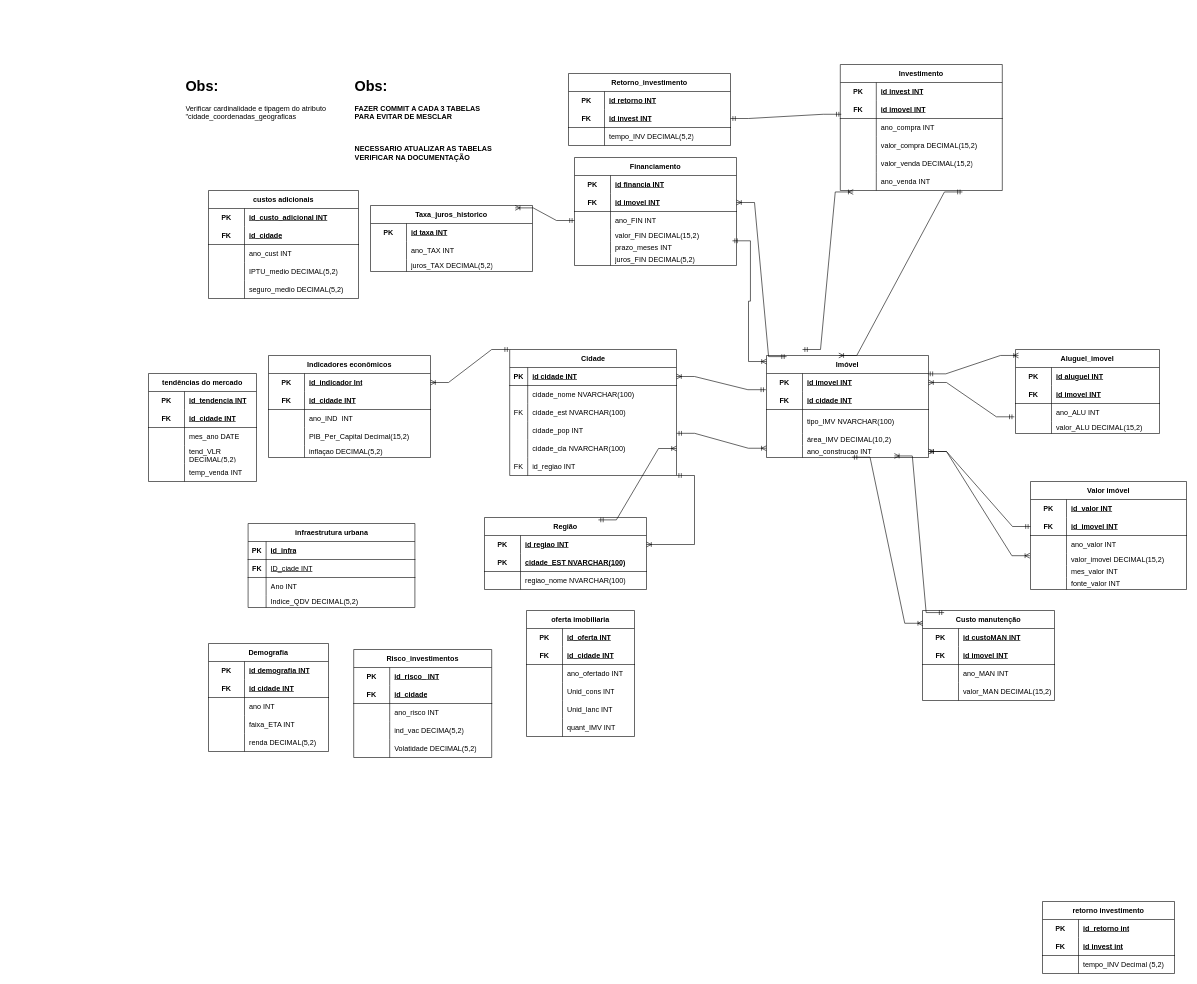
Earlier version of the draw.io diagram GroupBy.drawio (Guilherme22B/Group_by). Source tidied: cells renumbered, new cells numbered last; positions are measured from the earlier drawing's top-left corner, leaving out a move shared by most shapes. Both pictures are drawn from the tidied source at 60%, with x=0, y=0 at pixel (148, 64).
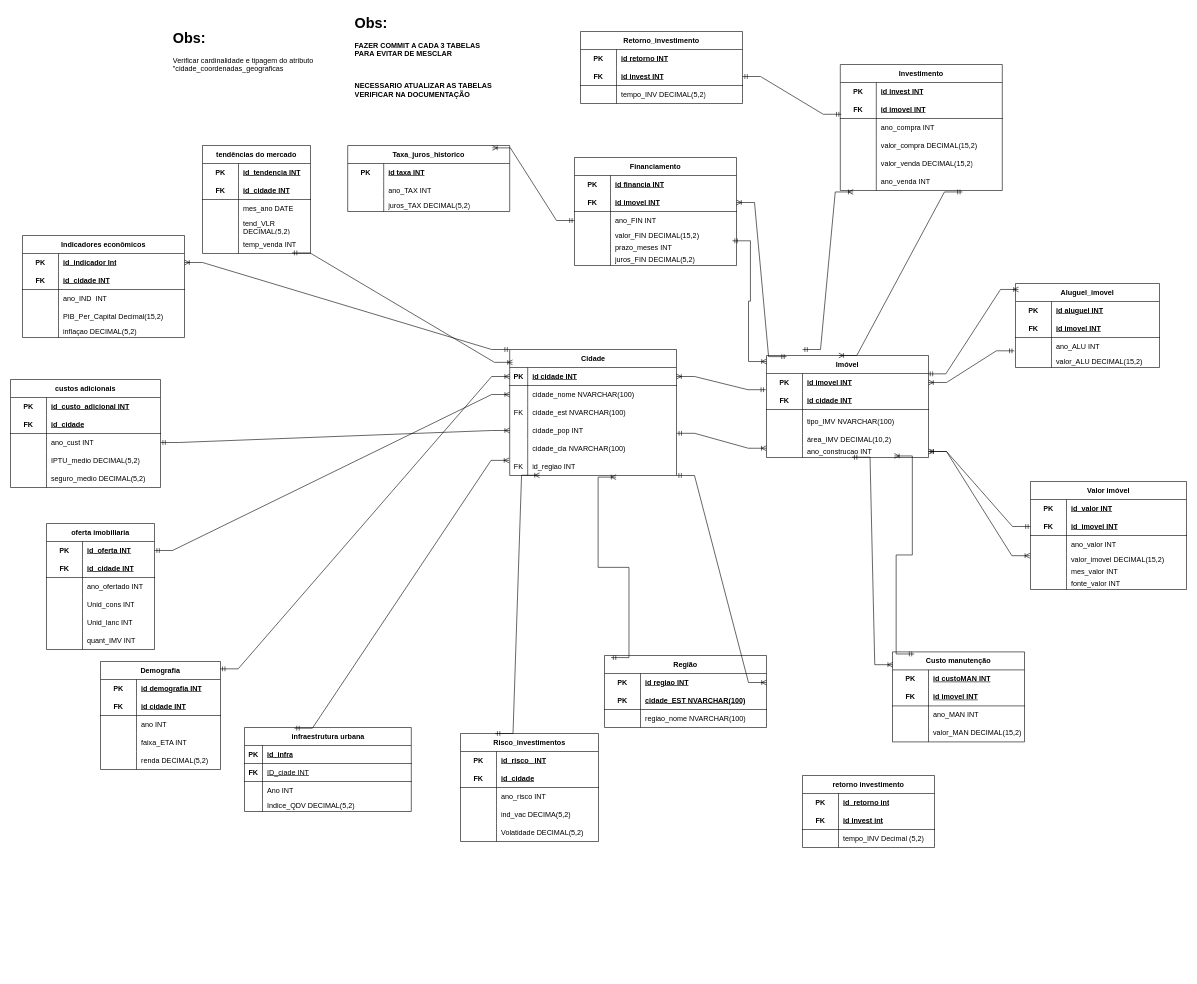
Above is the later version.

The change refers to these unchanged cells:
```xml
<mxCell id="39" value="Cidade" style="shape=table;startSize=30;childLayout=tableLayout;rowLines=0;fontStyle=1;align=center;html=1;" parent="1" vertex="1">
  <mxGeometry x="602" y="475" width="278" height="210" as="geometry" />
</mxCell>
<mxCell id="40" style="shape=tableRow;horizontal=0;startSize=0;swimlaneHead=0;swimlaneBody=0;fillColor=none;points=[[0,0.5],[1,0.5]];portConstraint=eastwest;top=0;left=0;right=0;bottom=1;" parent="39" vertex="1">
  <mxGeometry y="30" width="278" height="30" as="geometry" />
</mxCell>
<mxCell id="43" style="shape=tableRow;horizontal=0;startSize=0;swimlaneHead=0;swimlaneBody=0;fillColor=none;points=[[0,0.5],[1,0.5]];portConstraint=eastwest;top=0;left=0;right=0;bottom=0;" parent="39" vertex="1">
  <mxGeometry y="60" width="278" height="30" as="geometry" />
</mxCell>
<mxCell id="49" style="shape=tableRow;horizontal=0;startSize=0;swimlaneHead=0;swimlaneBody=0;fillColor=none;points=[[0,0.5],[1,0.5]];portConstraint=eastwest;top=0;left=0;right=0;bottom=0;" parent="39" vertex="1">
  <mxGeometry y="120" width="278" height="30" as="geometry" />
</mxCell>
<mxCell id="52" style="shape=tableRow;horizontal=0;startSize=0;swimlaneHead=0;swimlaneBody=0;fillColor=none;points=[[0,0.5],[1,0.5]];portConstraint=eastwest;top=0;left=0;right=0;bottom=0;" parent="39" vertex="1">
  <mxGeometry y="150" width="278" height="30" as="geometry" />
</mxCell>
<mxCell id="55" style="shape=tableRow;horizontal=0;startSize=0;swimlaneHead=0;swimlaneBody=0;fillColor=none;points=[[0,0.5],[1,0.5]];portConstraint=eastwest;top=0;left=0;right=0;bottom=0;" parent="39" vertex="1">
  <mxGeometry y="180" width="278" height="30" as="geometry" />
</mxCell>
<mxCell id="143" style="shape=tableRow;horizontal=0;startSize=0;swimlaneHead=0;swimlaneBody=0;fillColor=none;points=[[0,0.5],[1,0.5]];portConstraint=eastwest;top=0;left=0;right=0;bottom=0;html=1;" parent="142" vertex="1">
  <mxGeometry y="30" width="270" height="30" as="geometry" />
</mxCell>
<mxCell id="195" style="shape=tableRow;horizontal=0;startSize=0;swimlaneHead=0;swimlaneBody=0;fillColor=none;points=[[0,0.5],[1,0.5]];portConstraint=eastwest;top=0;left=0;right=0;bottom=0;html=1;" parent="194" vertex="1">
  <mxGeometry y="30" width="180" height="30" as="geometry" />
</mxCell>
<mxCell id="226" style="shape=tableRow;horizontal=0;startSize=0;swimlaneHead=0;swimlaneBody=0;fillColor=none;points=[[0,0.5],[1,0.5]];portConstraint=eastwest;top=0;left=0;right=0;bottom=0;html=1;" parent="213" vertex="1">
  <mxGeometry y="150" width="180" height="30" as="geometry" />
</mxCell>
<mxCell id="236" style="shape=tableRow;horizontal=0;startSize=0;swimlaneHead=0;swimlaneBody=0;fillColor=none;points=[[0,0.5],[1,0.5]];portConstraint=eastwest;top=0;left=0;right=0;bottom=0;html=1;" parent="229" vertex="1">
  <mxGeometry y="90" width="250" height="30" as="geometry" />
</mxCell>
```

What changed in the source:
```diff
@@
     <mxCell id="58" value="Custo manutenção" style="shape=table;startSize=30;childLayout=tableLayout;rowLines=0;fontStyle=1;align=center;html=1;whiteSpace=wrap;" parent="1" vertex="1">
-      <mxGeometry x="1290" y="910" width="220" height="150" as="geometry" />
+      <mxGeometry x="1240" y="979" width="220" height="150" as="geometry" />
     </mxCell>
@@
     <mxCell id="90" value="Aluguel_imovel" style="shape=table;startSize=30;childLayout=tableLayout;rowLines=0;fontStyle=1;align=center;html=1;whiteSpace=wrap;" parent="1" vertex="1">
-      <mxGeometry x="1445" y="475" width="240" height="140" as="geometry" />
+      <mxGeometry x="1445" y="365" width="240" height="140" as="geometry" />
     </mxCell>
@@
     <mxCell id="122" value="Taxa_juros_historico" style="shape=table;startSize=30;childLayout=tableLayout;rowLines=0;fontStyle=1;align=center;html=1;whiteSpace=wrap;" parent="1" vertex="1">
-      <mxGeometry x="370" y="235" width="270" height="110" as="geometry" />
+      <mxGeometry x="332" y="135" width="270" height="110" as="geometry" />
     </mxCell>
@@
     <mxCell id="132" value="Retorno_investimento" style="shape=table;startSize=30;childLayout=tableLayout;rowLines=0;fontStyle=1;align=center;html=1;whiteSpace=wrap;" parent="1" vertex="1">
-      <mxGeometry x="700" y="15" width="270" height="120" as="geometry" />
+      <mxGeometry x="720" y="-55" width="270" height="120" as="geometry" />
     </mxCell>
@@
     <mxCell id="142" value="Região" style="shape=table;startSize=30;childLayout=tableLayout;rowLines=0;fontStyle=1;align=center;html=1;whiteSpace=wrap;" parent="1" vertex="1">
-      <mxGeometry x="560" y="755" width="270" height="120" as="geometry" />
+      <mxGeometry x="760" y="985" width="270" height="120" as="geometry" />
     </mxCell>
@@
     <mxCell id="152" value="&lt;h1 style=&quot;margin-top: 0px;&quot;&gt;Obs:&lt;/h1&gt;&lt;p&gt;Verificar cardinalidade e tipagem do atributo &quot;cidade_coordenadas_geograficas&lt;/p&gt;&lt;p&gt;&lt;br&gt;&lt;/p&gt;" style="text;html=1;whiteSpace=wrap;overflow=hidden;rounded=0;" parent="1" vertex="1">
-      <mxGeometry x="60" y="15" width="240" height="120" as="geometry" />
+      <mxGeometry x="39" y="-65" width="240" height="120" as="geometry" />
     </mxCell>
@@
     <mxCell id="154" style="edgeStyle=entityRelationEdgeStyle;fontSize=12;html=1;endArrow=ERoneToMany;startArrow=ERmandOne;rounded=0;exitX=1.001;exitY=0.657;exitDx=0;exitDy=0;exitPerimeter=0;entryX=1;entryY=0.5;entryDx=0;entryDy=0;" parent="1" edge="1" target="143">
       <mxGeometry relative="1" as="geometry">
         <mxPoint x="880" y="685" as="sourcePoint" />
         <Array as="points">
           <mxPoint x="840" y="1045" />
+          <mxPoint x="870" y="725" />
+          <mxPoint x="990" y="795" />
+          <mxPoint x="950" y="815" />
         </Array>
       </mxGeometry>
     </mxCell>
     <mxCell id="155" value="retorno investimento" style="shape=table;startSize=30;childLayout=tableLayout;rowLines=0;fontStyle=1;align=center;html=1;whiteSpace=wrap;" parent="1" vertex="1">
-      <mxGeometry x="1490" y="1395" width="220" height="120" as="geometry" />
+      <mxGeometry x="1090" y="1185" width="220" height="120" as="geometry" />
     </mxCell>
@@
     <mxCell id="165" value="Indicadores econômicos" style="shape=table;startSize=30;childLayout=tableLayout;rowLines=0;fontStyle=1;align=center;html=1;whiteSpace=wrap;" parent="1" vertex="1">
-      <mxGeometry x="200" y="485" width="270" height="170" as="geometry" />
+      <mxGeometry x="-210" y="285" width="270" height="170" as="geometry" />
     </mxCell>
@@
     <mxCell id="181" value="infraestrutura urbana" style="shape=table;startSize=30;childLayout=tableLayout;rowLines=0;fontStyle=1;align=center;html=1;" parent="1" vertex="1">
-      <mxGeometry x="166" y="765" width="278" height="140" as="geometry" />
+      <mxGeometry x="160" y="1105" width="278" height="140" as="geometry" />
     </mxCell>
@@
     <mxCell id="194" value="oferta imobiliaria" style="shape=table;startSize=30;childLayout=tableLayout;rowLines=0;fontStyle=1;align=center;html=1;whiteSpace=wrap;" parent="1" vertex="1">
-      <mxGeometry x="630" y="910" width="180" height="210" as="geometry" />
+      <mxGeometry x="-170" y="765" width="180" height="210" as="geometry" />
     </mxCell>
@@
     <mxCell id="213" value="tendências do mercado" style="shape=table;startSize=30;childLayout=tableLayout;rowLines=0;fontStyle=1;align=center;html=1;whiteSpace=wrap;" parent="1" vertex="1">
-      <mxGeometry y="515" width="180" height="180" as="geometry" />
+      <mxGeometry x="90" y="135" width="180" height="180" as="geometry" />
     </mxCell>
@@
     <mxCell id="229" value="custos adicionais" style="shape=table;startSize=30;childLayout=tableLayout;rowLines=0;fontStyle=1;align=center;html=1;whiteSpace=wrap;" parent="1" vertex="1">
-      <mxGeometry x="100" y="210" width="250" height="180" as="geometry" />
+      <mxGeometry x="-230" y="525" width="250" height="180" as="geometry" />
     </mxCell>
@@
     <mxCell id="245" value="Risco_investimentos" style="shape=table;startSize=30;childLayout=tableLayout;rowLines=0;fontStyle=1;align=center;html=1;whiteSpace=wrap;" parent="1" vertex="1">
-      <mxGeometry x="342" y="975" width="230" height="180" as="geometry" />
+      <mxGeometry x="520" y="1115" width="230" height="180" as="geometry" />
     </mxCell>
@@
     <mxCell id="261" value="&lt;h1 style=&quot;margin-top: 0px;&quot;&gt;Obs:&lt;/h1&gt;&lt;p&gt;&lt;b&gt;FAZER COMMIT A CADA 3 TABELAS PARA&amp;nbsp;&lt;/b&gt;&lt;b style=&quot;background-color: transparent; color: light-dark(rgb(0, 0, 0), rgb(255, 255, 255));&quot;&gt;EVITAR DE MESCLAR&lt;/b&gt;&lt;/p&gt;&lt;p&gt;&lt;br&gt;&lt;/p&gt;&lt;p&gt;&lt;b&gt;NECESSARIO ATUALIZAR AS TABELAS VERIFICAR NA DOCUMENTAÇÃO&lt;/b&gt;&lt;/p&gt;" style="text;html=1;whiteSpace=wrap;overflow=hidden;rounded=0;" parent="1" vertex="1">
-      <mxGeometry x="342" y="15" width="278" height="170" as="geometry" />
+      <mxGeometry x="342" y="-90" width="278" height="170" as="geometry" />
     </mxCell>
     <mxCell id="262" value="Demografia" style="shape=table;startSize=30;childLayout=tableLayout;rowLines=0;fontStyle=1;align=center;html=1;whiteSpace=wrap;" parent="1" vertex="1">
-      <mxGeometry x="100" y="965" width="200" height="180" as="geometry" />
+      <mxGeometry x="-80" y="995" width="200" height="180" as="geometry" />
     </mxCell>
@@
-    <mxCell id="278" style="edgeStyle=entityRelationEdgeStyle;fontSize=12;html=1;endArrow=ERoneToMany;startArrow=ERmandOne;rounded=0;exitX=0.703;exitY=0.033;exitDx=0;exitDy=0;exitPerimeter=0;entryX=1;entryY=0.5;entryDx=0;entryDy=0;" parent="1" edge="1" source="142" target="52">
+    <mxCell id="278" style="edgeStyle=entityRelationEdgeStyle;fontSize=12;html=1;endArrow=ERoneToMany;startArrow=ERmandOne;rounded=0;exitX=0.04;exitY=0.029;exitDx=0;exitDy=0;exitPerimeter=0;entryX=0.638;entryY=1.09;entryDx=0;entryDy=0;entryPerimeter=0;" parent="1" edge="1" source="142" target="55">
       <mxGeometry relative="1" as="geometry" />
     </mxCell>
@@
+    <mxCell id="293" style="edgeStyle=entityRelationEdgeStyle;fontSize=12;html=1;endArrow=ERoneToMany;startArrow=ERmandOne;rounded=0;exitX=0.299;exitY=0.008;exitDx=0;exitDy=0;exitPerimeter=0;entryX=-0.004;entryY=0.16;entryDx=0;entryDy=0;entryPerimeter=0;" parent="1" edge="1" source="181" target="55">
+      <mxGeometry relative="1" as="geometry" />
+    </mxCell>
+    <mxCell id="294" style="edgeStyle=entityRelationEdgeStyle;fontSize=12;html=1;endArrow=ERoneToMany;startArrow=ERmandOne;rounded=0;entryX=0;entryY=0.5;entryDx=0;entryDy=0;exitX=0.997;exitY=0.068;exitDx=0;exitDy=0;exitPerimeter=0;" parent="1" edge="1" source="262" target="40">
+      <mxGeometry relative="1" as="geometry" />
+    </mxCell>
+    <mxCell id="295" style="edgeStyle=entityRelationEdgeStyle;fontSize=12;html=1;endArrow=ERoneToMany;startArrow=ERmandOne;rounded=0;exitX=1;exitY=0.5;exitDx=0;exitDy=0;entryX=0;entryY=0.5;entryDx=0;entryDy=0;" parent="1" edge="1" source="195" target="43">
+      <mxGeometry relative="1" as="geometry" />
+    </mxCell>
+    <mxCell id="296" style="edgeStyle=entityRelationEdgeStyle;fontSize=12;html=1;endArrow=ERoneToMany;startArrow=ERmandOne;rounded=0;exitX=0.829;exitY=0.967;exitDx=0;exitDy=0;exitPerimeter=0;entryX=0.017;entryY=0.102;entryDx=0;entryDy=0;entryPerimeter=0;" parent="1" edge="1" source="226" target="39">
+      <mxGeometry relative="1" as="geometry" />
+    </mxCell>
+    <mxCell id="297" style="edgeStyle=entityRelationEdgeStyle;fontSize=12;html=1;endArrow=ERoneToMany;startArrow=ERmandOne;rounded=0;exitX=1;exitY=0.5;exitDx=0;exitDy=0;entryX=0;entryY=0.5;entryDx=0;entryDy=0;" parent="1" edge="1" source="236" target="49">
+      <mxGeometry relative="1" as="geometry">
+        <Array as="points">
+          <mxPoint x="330" y="710" />
+        </Array>
+      </mxGeometry>
+    </mxCell>
+    <mxCell id="298" style="edgeStyle=entityRelationEdgeStyle;fontSize=12;html=1;endArrow=ERoneToMany;startArrow=ERmandOne;rounded=0;exitX=0.25;exitY=0;exitDx=0;exitDy=0;entryX=0.179;entryY=0.987;entryDx=0;entryDy=0;entryPerimeter=0;" parent="1" edge="1" source="245" target="55">
+      <mxGeometry relative="1" as="geometry" />
+    </mxCell>
```
